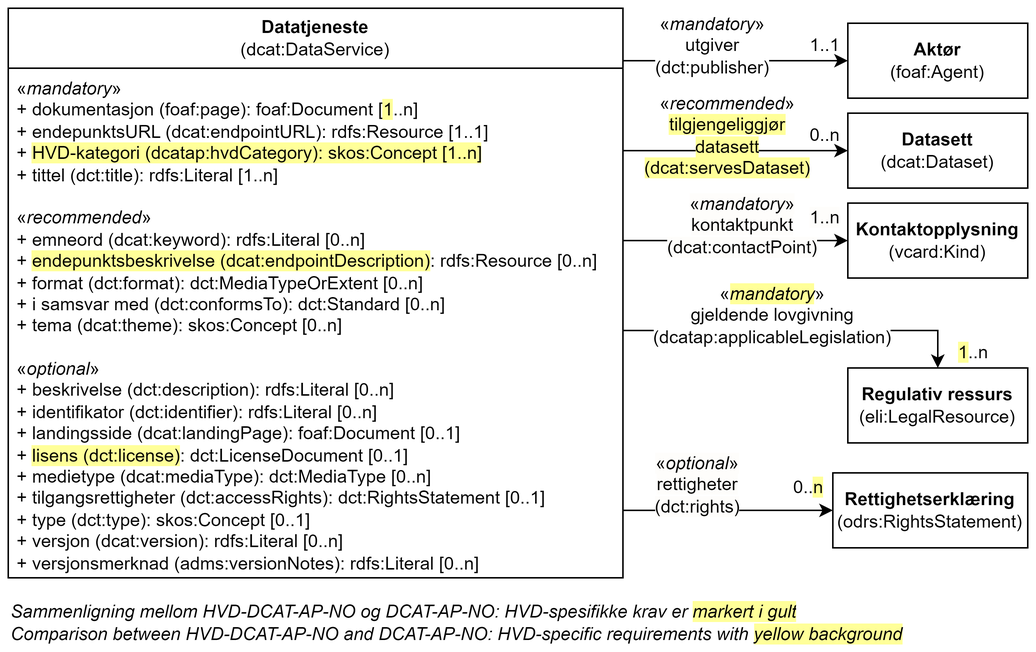
Earlier version of the draw.io export docs/images/Klassen-Datatjeneste.png (Informasjonsforvaltning/hvd-dcat-ap-no). Source tidied: cells renumbered, new cells last; positions are measured from the earlier drawing's top-left corner, leaving out a move shared by most shapes.
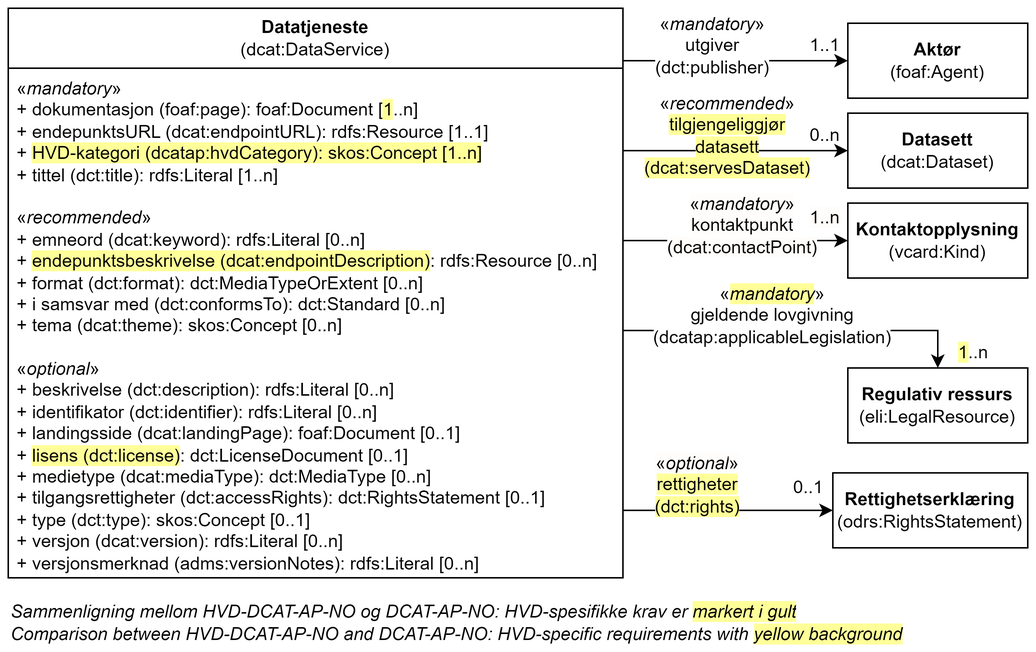
After the commit.

What changed in the source:
```diff
@@ -75,10 +75,10 @@
         <mxPoint x="410" y="335" as="sourcePoint" />
       </mxGeometry>
     </mxCell>
-    <mxCell id="22" value="&lt;span style=&quot;background-color: rgb(254, 253, 251);&quot;&gt;«&lt;i style=&quot;&quot;&gt;optional&lt;/i&gt;»&lt;br&gt;&lt;span style=&quot;color: rgb(0, 0, 0); font-family: Helvetica; font-size: 12px; font-style: normal; font-variant-ligatures: normal; font-variant-caps: normal; font-weight: 400; letter-spacing: normal; orphans: 2; text-align: left; text-indent: 0px; text-transform: none; widows: 2; word-spacing: 0px; -webkit-text-stroke-width: 0px; white-space: normal; text-decoration-thickness: initial; text-decoration-style: initial; text-decoration-color: initial; float: none; display: inline !important;&quot;&gt;rettigheter (dct:rights)&lt;/span&gt;&lt;/span&gt;&lt;div&gt;&lt;br&gt;&lt;/div&gt;" style="text;html=1;align=center;verticalAlign=middle;whiteSpace=wrap;rounded=0;" parent="1" vertex="1">
+    <mxCell id="22" value="&lt;span style=&quot;background-color: rgb(254, 253, 251);&quot;&gt;«&lt;/span&gt;&lt;i style=&quot;background-color: rgb(254, 253, 251);&quot;&gt;optional&lt;/i&gt;&lt;span style=&quot;background-color: rgb(254, 253, 251);&quot;&gt;»&lt;/span&gt;&lt;br&gt;&lt;span style=&quot;color: rgb(0, 0, 0); font-family: Helvetica; font-size: 12px; font-style: normal; font-variant-ligatures: normal; font-variant-caps: normal; font-weight: 400; letter-spacing: normal; orphans: 2; text-align: left; text-indent: 0px; text-transform: none; widows: 2; word-spacing: 0px; -webkit-text-stroke-width: 0px; white-space: normal; text-decoration-thickness: initial; text-decoration-style: initial; text-decoration-color: initial; float: none; display: inline !important; background-color: rgb(255, 255, 153);&quot;&gt;rettigheter (dct:rights)&lt;/span&gt;&lt;div&gt;&lt;br&gt;&lt;/div&gt;" style="text;html=1;align=center;verticalAlign=middle;whiteSpace=wrap;rounded=0;" parent="1" vertex="1">
       <mxGeometry x="430" y="310" width="60" height="30" as="geometry" />
     </mxCell>
-    <mxCell id="23" value="0..&lt;span style=&quot;background-color: rgb(255, 255, 153);&quot;&gt;n&lt;/span&gt;" style="text;html=1;strokeColor=none;fillColor=none;align=center;verticalAlign=middle;whiteSpace=wrap;rounded=0;" parent="1" vertex="1">
+    <mxCell id="23" value="0..1" style="text;html=1;strokeColor=none;fillColor=none;align=center;verticalAlign=middle;whiteSpace=wrap;rounded=0;" parent="1" vertex="1">
       <mxGeometry x="520" y="310" width="28" height="20" as="geometry" />
     </mxCell>
     <mxCell id="24" value="Sammenligning mellom HVD-DCAT-AP-NO og DCAT-AP-NO: HVD-spesifikke krav er&amp;nbsp;&lt;span style=&quot;background-color: rgb(255, 255, 153);&quot;&gt;markert i gult&lt;/span&gt;&lt;span style=&quot;background-color: rgb(255 , 255 , 255)&quot;&gt;&amp;nbsp;&lt;/span&gt;&lt;div&gt;&lt;span style=&quot;background-color: rgb(255 , 255 , 255)&quot;&gt;Comparison between HVD-DCAT-AP-NO and DCAT-AP-NO: HVD-specific requirements with &lt;/span&gt;&lt;span style=&quot;background-color: rgb(255, 255, 153);&quot;&gt;yellow background&lt;/span&gt;&lt;/div&gt;" style="text;html=1;strokeColor=none;fillColor=none;align=left;verticalAlign=middle;whiteSpace=wrap;rounded=0;fontStyle=2;" parent="1" vertex="1">
```
